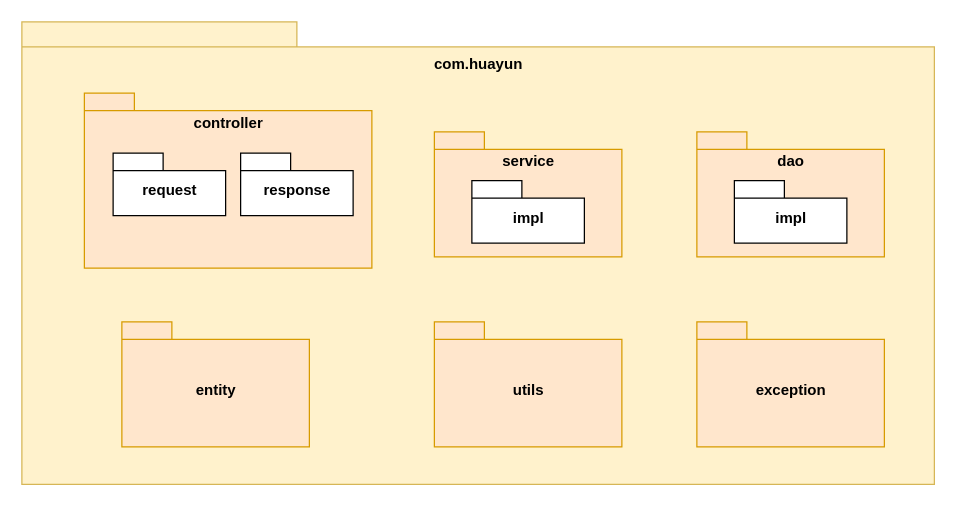
The draw.io diagram Untitled Diagram.drawio in KNAI-I/test, before the edit. Source tidied: cells renumbered, new cells numbered last; positions are measured from the earlier drawing's top-left corner, leaving out a move shared by most shapes. Both pictures are drawn from the tidied source at 125%, with x=0, y=0 at pixel (21, 21).
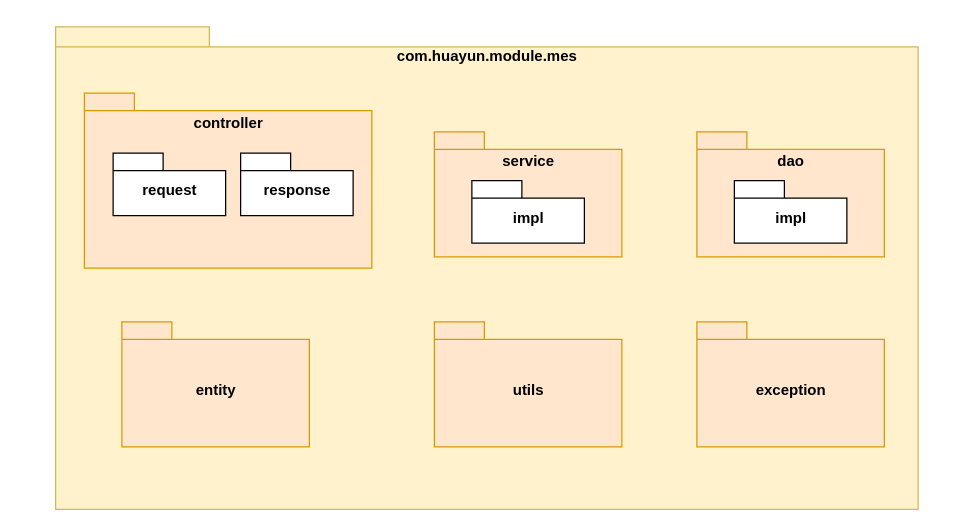
The same page after the edit.

The edit, as a diff of the source:
```diff
@@
 <mxGraphModel>
   <root>
     <mxCell id="0" />
     <mxCell id="1" parent="0" />
-    <mxCell id="2" value="com.huayun" style="shape=folder;fontStyle=1;spacingTop=20;tabWidth=220;tabHeight=20;tabPosition=left;html=1;labelPosition=center;verticalLabelPosition=middle;align=center;verticalAlign=top;textDirection=rtl;fillColor=#fff2cc;strokeColor=#d6b656;" parent="1" vertex="1">
-      <mxGeometry width="730" height="370" as="geometry" />
-    </mxCell>
+    <mxCell id="13" value="com.huayun.module.mes" style="shape=folder;fontStyle=1;spacingTop=10;tabWidth=123;tabHeight=16;tabPosition=left;html=1;verticalAlign=top;fillColor=#fff2cc;strokeColor=#d6b656;" parent="1" vertex="1">
+      <mxGeometry x="27" y="4" width="690" height="386" as="geometry" />
+    </mxCell>
     <mxCell id="3" value="controller" style="shape=folder;fontStyle=1;spacingTop=10;tabWidth=40;tabHeight=14;tabPosition=left;html=1;verticalAlign=top;fillColor=#ffe6cc;strokeColor=#d79b00;" parent="1" vertex="1">
       <mxGeometry x="50" y="57" width="230" height="140" as="geometry" />
     </mxCell>
     <mxCell id="4" value="request" style="shape=folder;fontStyle=1;spacingTop=10;tabWidth=40;tabHeight=14;tabPosition=left;html=1;verticalAlign=middle;" parent="1" vertex="1">
       <mxGeometry x="73" y="105" width="90" height="50" as="geometry" />
     </mxCell>
     <mxCell id="5" value="response" style="shape=folder;fontStyle=1;spacingTop=10;tabWidth=40;tabHeight=14;tabPosition=left;html=1;verticalAlign=middle;" parent="1" vertex="1">
       <mxGeometry x="175" y="105" width="90" height="50" as="geometry" />
     </mxCell>
     <mxCell id="6" value="service" style="shape=folder;fontStyle=1;spacingTop=10;tabWidth=40;tabHeight=14;tabPosition=left;html=1;verticalAlign=top;fillColor=#ffe6cc;strokeColor=#d79b00;" parent="1" vertex="1">
       <mxGeometry x="330" y="88" width="150" height="100" as="geometry" />
     </mxCell>
     <mxCell id="7" value="impl" style="shape=folder;fontStyle=1;spacingTop=10;tabWidth=40;tabHeight=14;tabPosition=left;html=1;verticalAlign=middle;" parent="1" vertex="1">
       <mxGeometry x="360" y="127" width="90" height="50" as="geometry" />
     </mxCell>
     <mxCell id="8" value="dao" style="shape=folder;fontStyle=1;spacingTop=10;tabWidth=40;tabHeight=14;tabPosition=left;html=1;verticalAlign=top;fillColor=#ffe6cc;strokeColor=#d79b00;" parent="1" vertex="1">
       <mxGeometry x="540" y="88" width="150" height="100" as="geometry" />
     </mxCell>
     <mxCell id="9" value="impl" style="shape=folder;fontStyle=1;spacingTop=10;tabWidth=40;tabHeight=14;tabPosition=left;html=1;verticalAlign=middle;" parent="1" vertex="1">
       <mxGeometry x="570" y="127" width="90" height="50" as="geometry" />
     </mxCell>
     <mxCell id="10" value="entity" style="shape=folder;fontStyle=1;spacingTop=10;tabWidth=40;tabHeight=14;tabPosition=left;html=1;verticalAlign=middle;fillColor=#ffe6cc;strokeColor=#d79b00;" parent="1" vertex="1">
       <mxGeometry x="80" y="240" width="150" height="100" as="geometry" />
     </mxCell>
     <mxCell id="11" value="utils" style="shape=folder;fontStyle=1;spacingTop=10;tabWidth=40;tabHeight=14;tabPosition=left;html=1;verticalAlign=middle;fillColor=#ffe6cc;strokeColor=#d79b00;" parent="1" vertex="1">
       <mxGeometry x="330" y="240" width="150" height="100" as="geometry" />
     </mxCell>
     <mxCell id="12" value="exception" style="shape=folder;fontStyle=1;spacingTop=10;tabWidth=40;tabHeight=14;tabPosition=left;html=1;verticalAlign=middle;fillColor=#ffe6cc;strokeColor=#d79b00;" parent="1" vertex="1">
       <mxGeometry x="540" y="240" width="150" height="100" as="geometry" />
     </mxCell>
   </root>
 </mxGraphModel>
```
